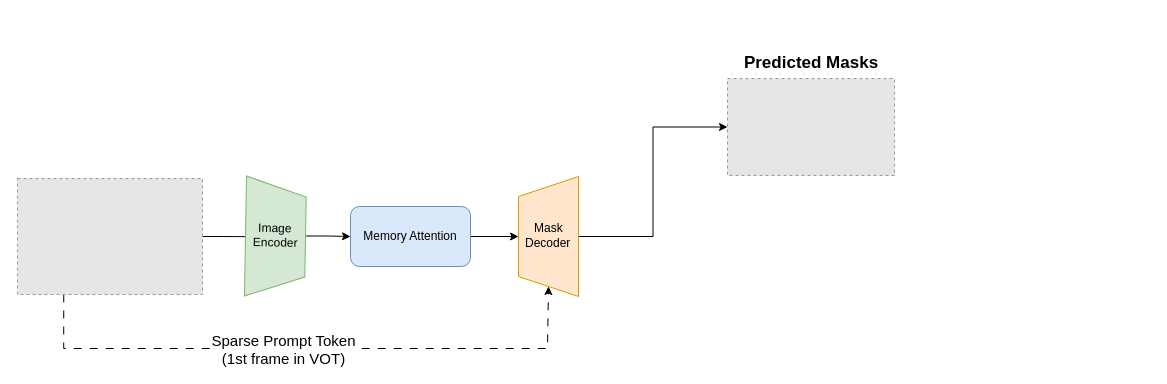
The draw.io diagram WorkSpace/ObjectTrack/2025-trackArch.drawio in mailonghua/drawio, before the edit. Source tidied: cells renumbered, new cells numbered last; positions are measured from the earlier drawing's top-left corner, leaving out a move shared by most shapes. Both pictures are drawn from the tidied source at 100%, with x=0, y=0 at pixel (17, 48). Pictures stored in the file or linked from it are replaced by grey dashed boxes.
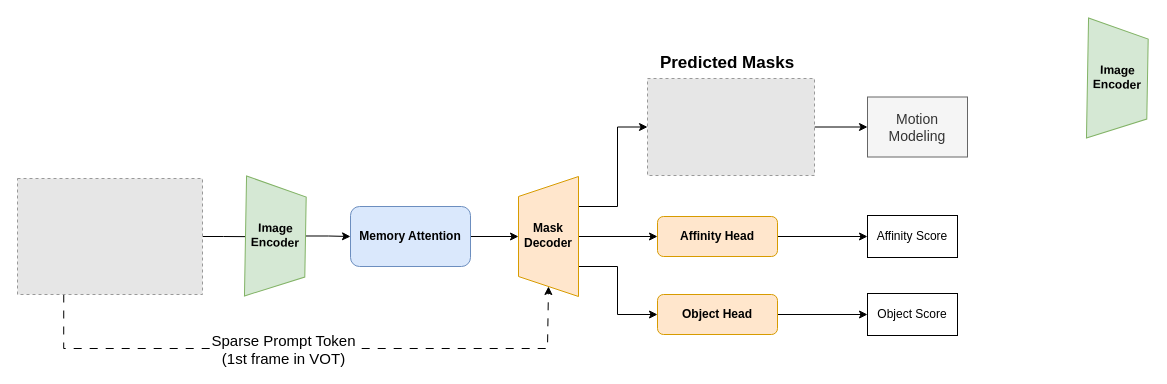
After the change.

Diff of the diagram source:
```diff
@@
-    <mxCell id="7" value="Image Encoder" style="shape=trapezoid;perimeter=trapezoidPerimeter;whiteSpace=wrap;html=1;fixedSize=1;rotation=-89;textDirection=vertical-rl;flipH=0;flipV=1;fillColor=#d5e8d4;strokeColor=#82b366;" parent="1" vertex="1">
+    <mxCell id="7" value="Image Encoder" style="shape=trapezoid;perimeter=trapezoidPerimeter;whiteSpace=wrap;html=1;fixedSize=1;rotation=-89;textDirection=vertical-rl;flipH=0;flipV=1;fillColor=#d5e8d4;strokeColor=#82b366;fontStyle=1;" parent="1" vertex="1">
       <mxGeometry x="198" y="158" width="120" height="60" as="geometry" />
     </mxCell>
@@
-    <mxCell id="9" value="Memory Attention" style="rounded=1;whiteSpace=wrap;html=1;fillColor=#dae8fc;strokeColor=#6c8ebf;" parent="1" vertex="1">
+    <mxCell id="9" value="Memory Attention" style="rounded=1;whiteSpace=wrap;html=1;fillColor=#dae8fc;strokeColor=#6c8ebf;fontStyle=1;" parent="1" vertex="1">
       <mxGeometry x="333" y="158" width="120" height="60" as="geometry" />
     </mxCell>
-    <mxCell id="10" style="edgeStyle=orthogonalEdgeStyle;rounded=0;jettySize=auto;html=1;exitX=0.5;exitY=1;exitDx=0;exitDy=0;entryX=0;entryY=0.5;entryDx=0;entryDy=0;" parent="1" edge="1" source="11" target="12">
-      <mxGeometry relative="1" as="geometry" />
+    <mxCell id="10" style="edgeStyle=orthogonalEdgeStyle;rounded=0;jettySize=auto;html=1;exitX=0.75;exitY=1;exitDx=0;exitDy=0;entryX=0;entryY=0.5;entryDx=0;entryDy=0;" parent="1" edge="1" source="11" target="12">
+      <mxGeometry relative="1" as="geometry">
+        <Array as="points">
+          <mxPoint x="600" y="158" />
+          <mxPoint x="600" y="79" />
+        </Array>
+      </mxGeometry>
     </mxCell>
+    <mxCell id="14" style="edgeStyle=orthogonalEdgeStyle;rounded=0;jettySize=auto;html=1;exitX=0.5;exitY=1;exitDx=0;exitDy=0;entryX=0;entryY=0.5;entryDx=0;entryDy=0;" parent="1" edge="1" source="11" target="18">
+      <mxGeometry relative="1" as="geometry" />
+    </mxCell>
+    <mxCell id="15" style="edgeStyle=orthogonalEdgeStyle;rounded=0;jettySize=auto;html=1;exitX=0.25;exitY=1;exitDx=0;exitDy=0;entryX=0;entryY=0.5;entryDx=0;entryDy=0;" parent="1" edge="1" source="11" target="20">
+      <mxGeometry relative="1" as="geometry">
+        <Array as="points">
+          <mxPoint x="600" y="218" />
+          <mxPoint x="600" y="266" />
+        </Array>
+      </mxGeometry>
+    </mxCell>
-    <mxCell id="11" value="Mask&lt;br&gt;Decoder" style="shape=trapezoid;perimeter=trapezoidPerimeter;whiteSpace=wrap;html=1;fixedSize=1;rotation=-90;textDirection=vertical-rl;fillColor=#ffe6cc;strokeColor=#d79b00;" parent="1" vertex="1">
+    <mxCell id="11" value="Mask&lt;br&gt;Decoder" style="shape=trapezoid;perimeter=trapezoidPerimeter;whiteSpace=wrap;html=1;fixedSize=1;rotation=-90;textDirection=vertical-rl;fillColor=#ffe6cc;strokeColor=#d79b00;fontStyle=1;" parent="1" vertex="1">
       <mxGeometry x="471" y="158" width="120" height="60" as="geometry" />
     </mxCell>
+    <mxCell id="16" style="edgeStyle=orthogonalEdgeStyle;rounded=0;jettySize=auto;html=1;exitX=1;exitY=0.5;exitDx=0;exitDy=0;entryX=0;entryY=0.5;entryDx=0;entryDy=0;" parent="1" edge="1" source="12" target="21">
+      <mxGeometry relative="1" as="geometry" />
+    </mxCell>
     <mxCell id="12" style="fillColor=#E6E6E6;strokeColor=#999999;dashed=1;verticalLabelPosition=bottom;labelBackgroundColor=default;verticalAlign=top;" parent="1" vertex="1">
-      <mxGeometry x="710" y="30" width="167" height="97" as="geometry" />
+      <mxGeometry x="630" y="30" width="167" height="97" as="geometry" />
     </mxCell>
     <mxCell id="13" value="Predicted Masks" style="text;html=1;whiteSpace=wrap;strokeColor=none;fillColor=none;align=center;verticalAlign=middle;rounded=0;fontSize=17;fontStyle=1;" parent="1" vertex="1">
-      <mxGeometry x="723.5" width="140" height="30" as="geometry" />
+      <mxGeometry x="640" width="140" height="30" as="geometry" />
     </mxCell>
+    <mxCell id="17" style="edgeStyle=orthogonalEdgeStyle;rounded=0;jettySize=auto;html=1;exitX=1;exitY=0.5;exitDx=0;exitDy=0;entryX=0;entryY=0.5;entryDx=0;entryDy=0;" parent="1" edge="1" source="18" target="22">
+      <mxGeometry relative="1" as="geometry" />
+    </mxCell>
+    <mxCell id="18" value="Affinity Head" style="rounded=1;whiteSpace=wrap;html=1;fillColor=#ffe6cc;strokeColor=#d79b00;fontStyle=1;" parent="1" vertex="1">
+      <mxGeometry x="640" y="168" width="120" height="40" as="geometry" />
+    </mxCell>
+    <mxCell id="19" style="edgeStyle=orthogonalEdgeStyle;rounded=0;jettySize=auto;html=1;exitX=1;exitY=0.5;exitDx=0;exitDy=0;entryX=0;entryY=0.5;entryDx=0;entryDy=0;" parent="1" edge="1" source="20" target="23">
+      <mxGeometry relative="1" as="geometry" />
+    </mxCell>
+    <mxCell id="20" value="Object Head" style="rounded=1;whiteSpace=wrap;html=1;fillColor=#ffe6cc;strokeColor=#d79b00;fontStyle=1;" parent="1" vertex="1">
+      <mxGeometry x="640" y="246" width="120" height="40" as="geometry" />
+    </mxCell>
+    <mxCell id="21" value="Motion&lt;br&gt;Modeling" style="rounded=0;whiteSpace=wrap;html=1;fontSize=14;fillColor=#f5f5f5;fontColor=#333333;strokeColor=#666666;" parent="1" vertex="1">
+      <mxGeometry x="850" y="48.5" width="100" height="60" as="geometry" />
+    </mxCell>
+    <mxCell id="22" value="Affinity Score" style="rounded=0;whiteSpace=wrap;html=1;" parent="1" vertex="1">
+      <mxGeometry x="850" y="167" width="90" height="42" as="geometry" />
+    </mxCell>
+    <mxCell id="23" value="Object Score" style="rounded=0;whiteSpace=wrap;html=1;" parent="1" vertex="1">
+      <mxGeometry x="850" y="245" width="90" height="42" as="geometry" />
+    </mxCell>
+    <mxCell id="24" value="Image Encoder" style="shape=trapezoid;perimeter=trapezoidPerimeter;whiteSpace=wrap;html=1;fixedSize=1;rotation=-89;textDirection=vertical-rl;flipH=0;flipV=1;fillColor=#d5e8d4;strokeColor=#82b366;fontStyle=1;" parent="1" vertex="1">
+      <mxGeometry x="1040" width="120" height="60" as="geometry" />
+    </mxCell>
```
